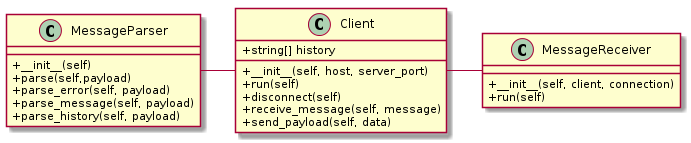
sindrehan/TTM4100-Project keeps this PlantUML diagram as client_class.png. Above is the earlier version.
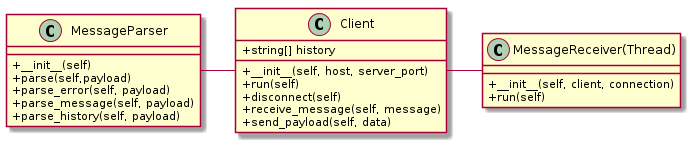
The same diagram one commit later.

Commit message:
Add '(Thread)' to class diagram

The edit, as a diff of the source:
```diff
@@ -18,7 +18,7 @@
 +parse_history(self, payload)
 }
 
-class MessageReceiver{
+class "MessageReceiver(Thread)" as MessageReceiver{
 +__init__(self, client, connection)
 +run(self)
 }
```
